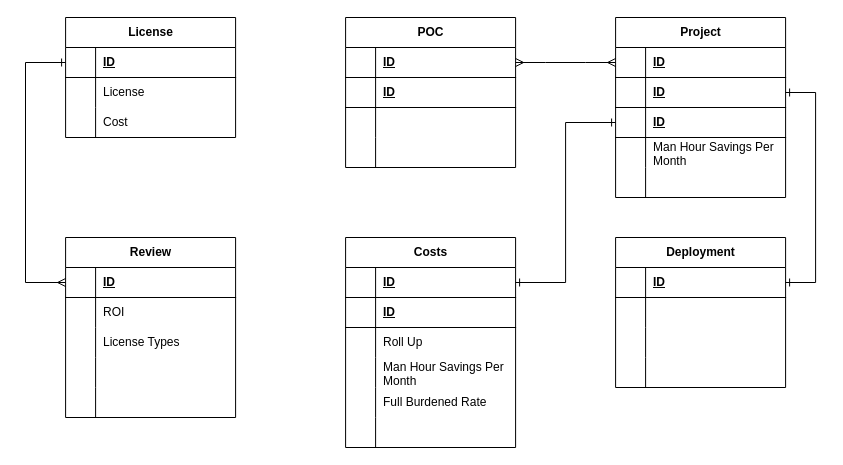
Before: page "Option-3" (3 of 4) of erd-projint-01.drawio in josjreyes/ProjectIntake, a draw.io diagram. Source tidied: cells renumbered, new cells numbered last; positions are measured from the earlier drawing's top-left corner, leaving out a move shared by most shapes. Both pictures are drawn from the tidied source at 100%, with x=0, y=0 at pixel (25, 17).
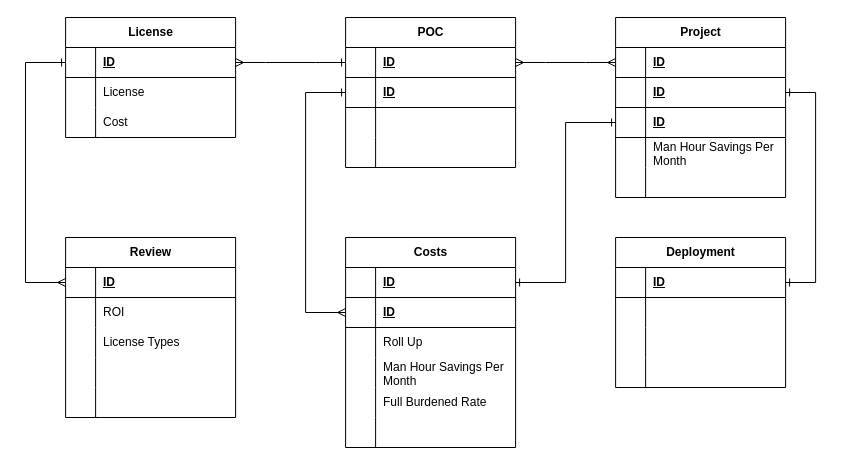
The same page after the edit.

Unchanged cells that the change refers to:
```xml
<mxCell id="20" style="shape=tableRow;horizontal=0;startSize=0;swimlaneHead=0;swimlaneBody=0;fillColor=none;points=[[0,0.5],[1,0.5]];portConstraint=eastwest;top=0;left=0;right=0;bottom=1;" parent="19" vertex="1">
  <mxGeometry y="30" width="170" height="30" as="geometry" />
</mxCell>
<mxCell id="33" style="shape=tableRow;horizontal=0;startSize=0;swimlaneHead=0;swimlaneBody=0;fillColor=none;points=[[0,0.5],[1,0.5]];portConstraint=eastwest;top=0;left=0;right=0;bottom=1;" parent="29" vertex="1">
  <mxGeometry y="60" width="170" height="30" as="geometry" />
</mxCell>
<mxCell id="49" style="shape=tableRow;horizontal=0;startSize=0;swimlaneHead=0;swimlaneBody=0;fillColor=none;points=[[0,0.5],[1,0.5]];portConstraint=eastwest;top=0;left=0;right=0;bottom=1;" parent="48" vertex="1">
  <mxGeometry y="30" width="170" height="30" as="geometry" />
</mxCell>
<mxCell id="52" style="shape=tableRow;horizontal=0;startSize=0;swimlaneHead=0;swimlaneBody=0;fillColor=none;points=[[0,0.5],[1,0.5]];portConstraint=eastwest;top=0;left=0;right=0;bottom=1;" parent="48" vertex="1">
  <mxGeometry y="60" width="170" height="30" as="geometry" />
</mxCell>
```

The edit, as a diff of the source:
```diff
@@
+    <mxCell id="93" style="edgeStyle=entityRelationEdgeStyle;fontSize=12;html=1;endArrow=ERone;startArrow=ERmany;rounded=0;exitX=1;exitY=0.5;exitDx=0;exitDy=0;startFill=0;entryX=0;entryY=0.5;entryDx=0;entryDy=0;endFill=0;" parent="1" edge="1" source="20" target="49">
+      <mxGeometry relative="1" as="geometry">
+        <Array as="points">
+          <mxPoint x="320" y="490" />
+          <mxPoint x="310" y="490" />
+        </Array>
+      </mxGeometry>
+    </mxCell>
@@
+    <mxCell id="94" style="edgeStyle=orthogonalEdgeStyle;rounded=0;jettySize=auto;html=1;endArrow=ERone;endFill=0;startArrow=ERmany;startFill=0;exitX=0;exitY=0.5;exitDx=0;exitDy=0;" parent="1" edge="1" source="33" target="52">
+      <mxGeometry relative="1" as="geometry">
+        <Array as="points">
+          <mxPoint x="280.1" y="295" />
+          <mxPoint x="280.1" y="75" />
+        </Array>
+      </mxGeometry>
+    </mxCell>
```
